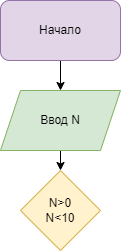
The draw.io diagram new.drawio.png in YulyaZh/New-Task-3, before a commit. Source tidied: cells renumbered, new cells last; positions are measured from the earlier drawing's top-left corner, leaving out a move shared by most shapes.
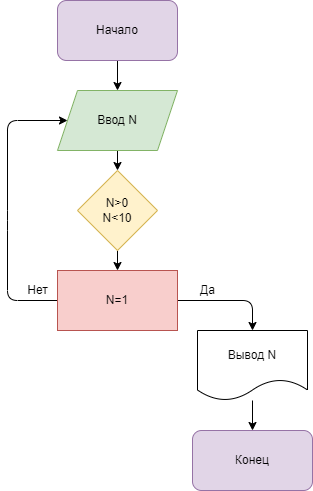
After the change.

Commit message:
Завершили блок-схему

The edit, as a diff of the source:
```diff
@@ -14,8 +14,45 @@
     <mxCell id="5" value="Ввод N" style="shape=parallelogram;perimeter=parallelogramPerimeter;whiteSpace=wrap;html=1;fixedSize=1;fillColor=#d5e8d4;strokeColor=#82b366;" parent="1" vertex="1">
       <mxGeometry y="90" width="120" height="60" as="geometry" />
     </mxCell>
+    <mxCell id="7" style="edgeStyle=none;html=1;exitX=0.5;exitY=1;exitDx=0;exitDy=0;entryX=0.5;entryY=0;entryDx=0;entryDy=0;" parent="1" edge="1" source="6" target="10">
+      <mxGeometry relative="1" as="geometry" />
+    </mxCell>
     <mxCell id="6" value="N&amp;gt;0&lt;br&gt;N&amp;lt;10" style="rhombus;whiteSpace=wrap;html=1;fillColor=#fff2cc;strokeColor=#d6b656;" parent="1" vertex="1">
       <mxGeometry x="20" y="170" width="80" height="80" as="geometry" />
     </mxCell>
+    <mxCell id="8" style="edgeStyle=none;html=1;entryX=0;entryY=0.5;entryDx=0;entryDy=0;exitX=0;exitY=0.5;exitDx=0;exitDy=0;" parent="1" edge="1" source="10" target="5">
+      <mxGeometry relative="1" as="geometry">
+        <Array as="points">
+          <mxPoint x="-50" y="300" />
+          <mxPoint x="-50" y="220" />
+          <mxPoint x="-50" y="120" />
+        </Array>
+      </mxGeometry>
+    </mxCell>
+    <mxCell id="9" style="edgeStyle=none;html=1;exitX=1;exitY=0.5;exitDx=0;exitDy=0;entryX=0.5;entryY=0;entryDx=0;entryDy=0;" parent="1" edge="1" source="10" target="13">
+      <mxGeometry relative="1" as="geometry">
+        <Array as="points">
+          <mxPoint x="195" y="300" />
+        </Array>
+      </mxGeometry>
+    </mxCell>
+    <mxCell id="10" value="N=1" style="rounded=0;whiteSpace=wrap;html=1;fillColor=#f8cecc;strokeColor=#b85450;" parent="1" vertex="1">
+      <mxGeometry y="270" width="120" height="60" as="geometry" />
+    </mxCell>
+    <mxCell id="11" value="Нет" style="text;html=1;align=center;verticalAlign=middle;strokeColor=none;fillColor=none;" parent="1" vertex="1">
+      <mxGeometry x="-40" y="280" width="40" height="20" as="geometry" />
+    </mxCell>
+    <mxCell id="12" style="edgeStyle=none;html=1;entryX=0.5;entryY=0;entryDx=0;entryDy=0;" parent="1" edge="1" source="13" target="15">
+      <mxGeometry relative="1" as="geometry" />
+    </mxCell>
+    <mxCell id="13" value="Вывод N" style="shape=document;whiteSpace=wrap;html=1;boundedLbl=1;" parent="1" vertex="1">
+      <mxGeometry x="140" y="330" width="110" height="70" as="geometry" />
+    </mxCell>
+    <mxCell id="14" value="Да" style="text;html=1;align=center;verticalAlign=middle;strokeColor=none;fillColor=none;" parent="1" vertex="1">
+      <mxGeometry x="135" y="280" width="30" height="20" as="geometry" />
+    </mxCell>
+    <mxCell id="15" value="Конец" style="rounded=1;whiteSpace=wrap;html=1;fillColor=#e1d5e7;strokeColor=#9673a6;" parent="1" vertex="1">
+      <mxGeometry x="135" y="430" width="120" height="60" as="geometry" />
+    </mxCell>
   </root>
 </mxGraphModel>
```
